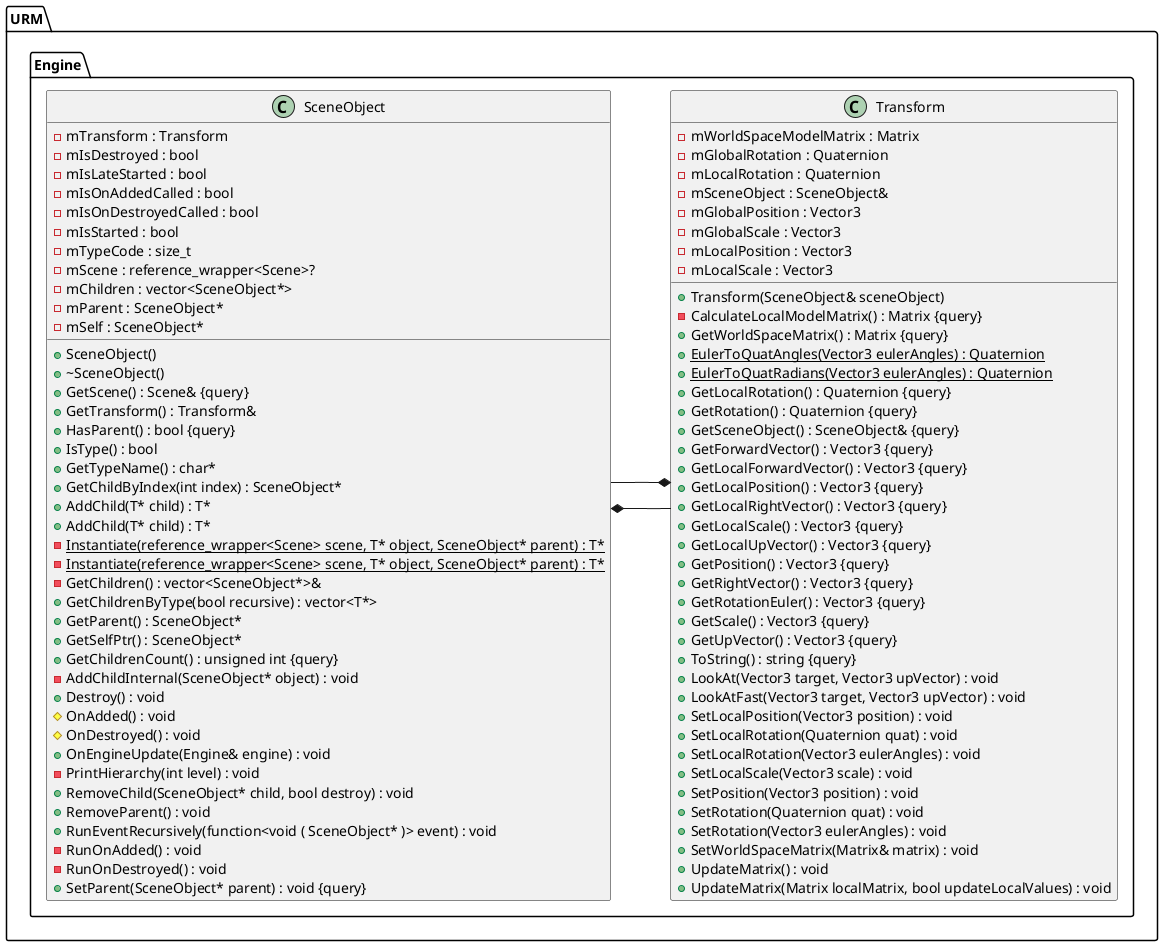
MinikPLayer/MasterThesis_UniversalRenderingModule_D3D11 keeps this PlantUML diagram as Latex/images/UML/sceneobject.png. Above is the earlier version.
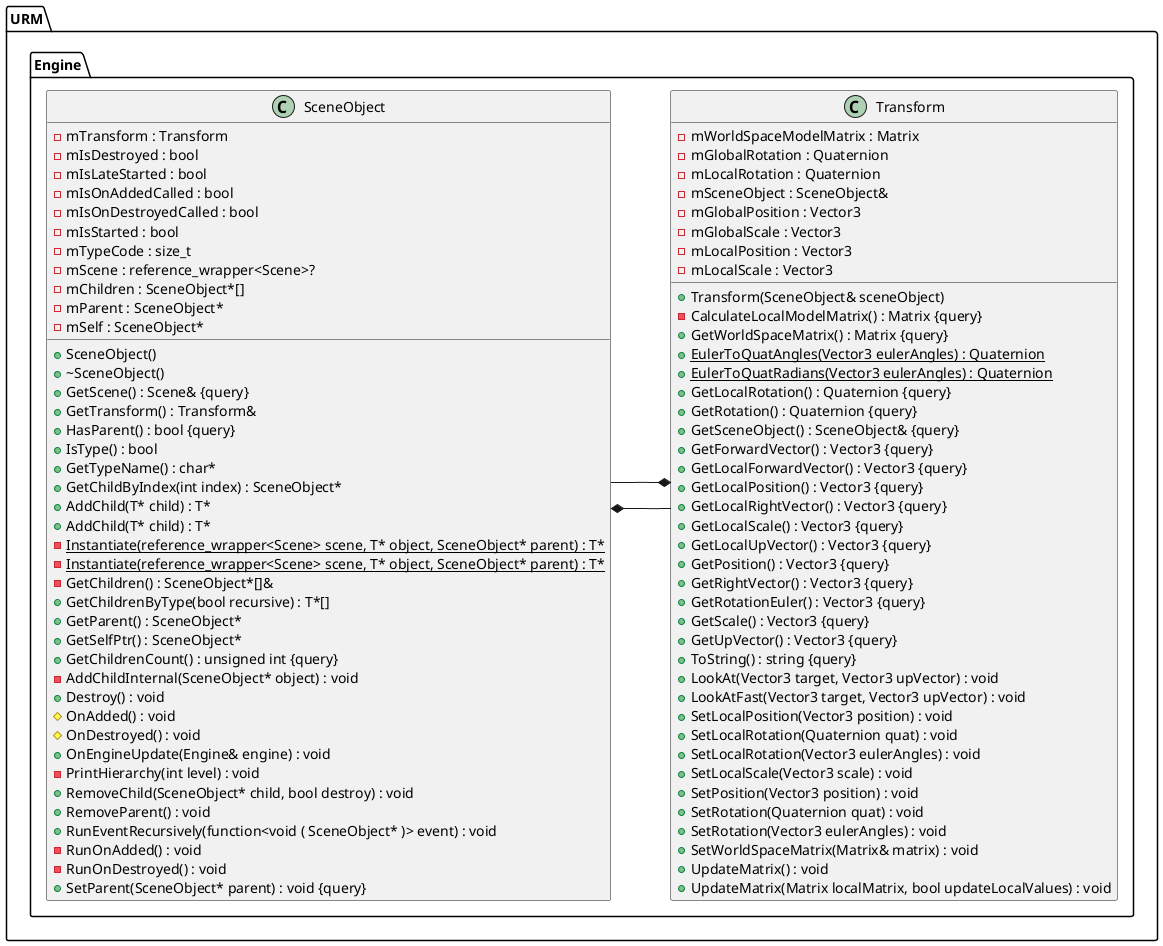
The same file after the commit.

The edit, as a diff of the source:
```diff
@@ -29,9 +29,9 @@
 			+AddChild(T* child) : T*
 			-{static} Instantiate(reference_wrapper<Scene> scene, T* object, SceneObject* parent) : T*
 			-{static} Instantiate(reference_wrapper<Scene> scene, T* object, SceneObject* parent) : T*
-			-mChildren : vector<SceneObject*>
-			-GetChildren() : vector<SceneObject*>&
-			+GetChildrenByType(bool recursive) : vector<T*>
+			-mChildren : SceneObject*[]
+			-GetChildren() : SceneObject*[]&
+			+GetChildrenByType(bool recursive) : T*[]
 			+GetParent() : SceneObject*
 			+GetSelfPtr() : SceneObject*
 			-mParent : SceneObject*
```
